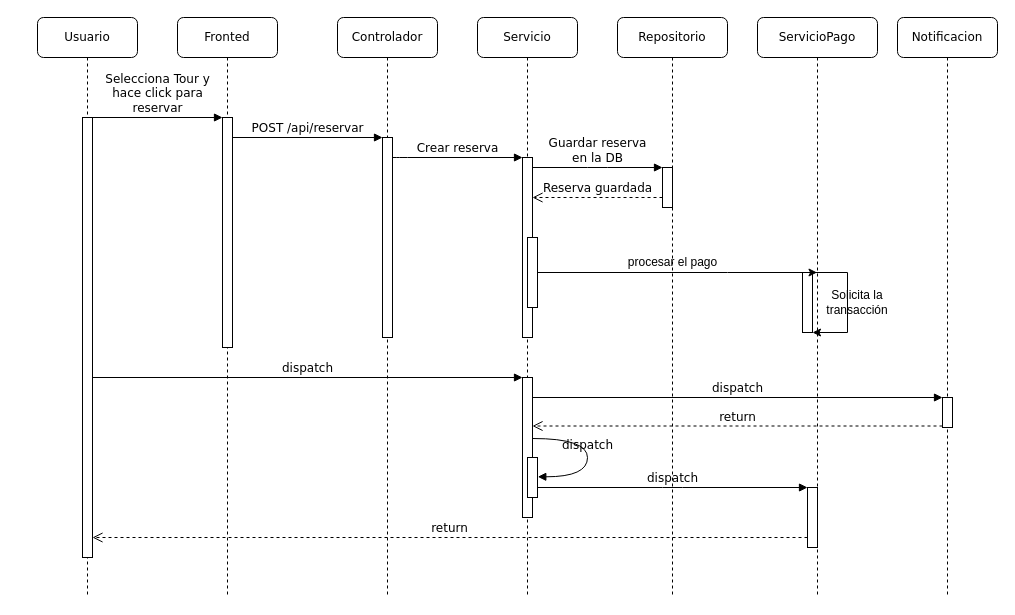
Before: src/main/java/com/app/Untitled Diagram.drawio in David-Josue-Murillo/panama_trips_api, a draw.io diagram. Source tidied: cells renumbered, new cells numbered last; positions are measured from the earlier drawing's top-left corner, leaving out a move shared by most shapes. Both pictures are drawn from the tidied source at 100%, with x=0, y=0 at pixel (37, 17).
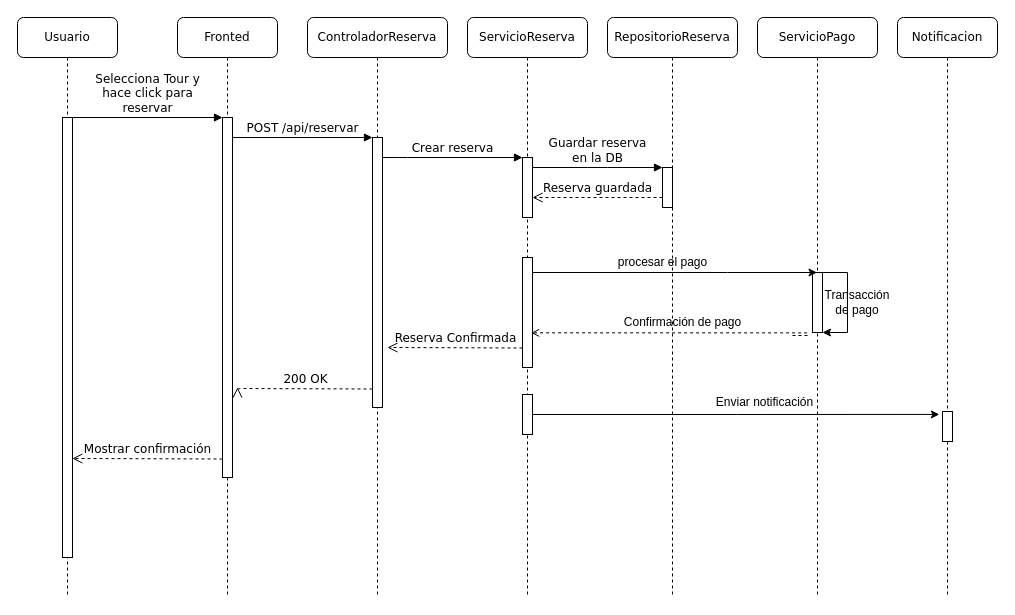
The same page after the edit.

The change refers to these unchanged cells:
```xml
<mxCell id="2" value="Fronted" style="shape=umlLifeline;perimeter=lifelinePerimeter;whiteSpace=wrap;html=1;rounded=1;shadow=0;comic=0;labelBackgroundColor=none;strokeWidth=1;fontFamily=Verdana;fontSize=12;align=center;" parent="1" vertex="1">
  <mxGeometry x="140" width="100" height="580" as="geometry" />
</mxCell>
<mxCell id="9" value="ServicioPago" style="shape=umlLifeline;perimeter=lifelinePerimeter;whiteSpace=wrap;html=1;outlineConnect=0;rounded=1;shadow=0;comic=0;labelBackgroundColor=none;strokeWidth=1;fontFamily=Verdana;fontSize=12;align=center;" parent="1" vertex="1">
  <mxGeometry x="720" width="120" height="580" as="geometry" />
</mxCell>
<mxCell id="13" value="Notificacion" style="shape=umlLifeline;perimeter=lifelinePerimeter;whiteSpace=wrap;html=1;rounded=1;shadow=0;comic=0;labelBackgroundColor=none;strokeWidth=1;fontFamily=Verdana;fontSize=12;align=center;" parent="1" vertex="1">
  <mxGeometry x="860" width="100" height="580" as="geometry" />
</mxCell>
<mxCell id="15" style="html=1;points=[];perimeter=orthogonalPerimeter;rounded=0;shadow=0;comic=0;labelBackgroundColor=none;strokeWidth=1;fontFamily=Verdana;fontSize=12;align=center;" parent="14" vertex="1">
  <mxGeometry x="45" y="100" width="10" height="440" as="geometry" />
</mxCell>
```

Diff of the diagram source:
```diff
@@
     <mxCell id="3" style="html=1;points=[];perimeter=orthogonalPerimeter;rounded=0;shadow=0;comic=0;labelBackgroundColor=none;strokeWidth=1;fontFamily=Verdana;fontSize=12;align=center;" parent="2" vertex="1">
-      <mxGeometry x="45" y="100" width="10" height="230" as="geometry" />
+      <mxGeometry x="45" y="100" width="10" height="360" as="geometry" />
     </mxCell>
+    <mxCell id="35" value="Mostrar confirmación" style="html=1;verticalAlign=bottom;endArrow=open;dashed=1;endSize=8;labelBackgroundColor=none;fontFamily=Verdana;fontSize=12;edgeStyle=elbowEdgeStyle;elbow=vertical;exitX=-0.067;exitY=0.902;exitDx=0;exitDy=0;exitPerimeter=0;entryX=0.981;entryY=0.774;entryDx=0;entryDy=0;entryPerimeter=0;" parent="2" edge="1" target="15">
+      <mxGeometry relative="1" as="geometry">
+        <mxPoint x="45" y="441.5" as="sourcePoint" />
+        <Array as="points">
+          <mxPoint x="-44.6" y="441" />
+        </Array>
+      </mxGeometry>
+    </mxCell>
-    <mxCell id="4" value="Controlador" style="shape=umlLifeline;perimeter=lifelinePerimeter;whiteSpace=wrap;html=1;rounded=1;shadow=0;comic=0;labelBackgroundColor=none;strokeWidth=1;fontFamily=Verdana;fontSize=12;align=center;" parent="1" vertex="1">
-      <mxGeometry x="300" width="100" height="580" as="geometry" />
+    <mxCell id="4" value="ControladorReserva" style="shape=umlLifeline;perimeter=lifelinePerimeter;whiteSpace=wrap;html=1;rounded=1;shadow=0;comic=0;labelBackgroundColor=none;strokeWidth=1;fontFamily=Verdana;fontSize=12;align=center;" parent="1" vertex="1">
+      <mxGeometry x="270" width="140" height="580" as="geometry" />
     </mxCell>
     <mxCell id="5" style="html=1;points=[];perimeter=orthogonalPerimeter;rounded=0;shadow=0;comic=0;labelBackgroundColor=none;strokeWidth=1;fontFamily=Verdana;fontSize=12;align=center;" parent="4" vertex="1">
-      <mxGeometry x="45" y="120" width="10" height="200" as="geometry" />
+      <mxGeometry x="65" y="120" width="10" height="270" as="geometry" />
     </mxCell>
+    <mxCell id="36" value="&lt;div&gt;200 OK&lt;/div&gt;" style="html=1;verticalAlign=bottom;endArrow=open;dashed=1;endSize=8;labelBackgroundColor=none;fontFamily=Verdana;fontSize=12;edgeStyle=elbowEdgeStyle;elbow=vertical;exitX=-0.067;exitY=0.902;exitDx=0;exitDy=0;exitPerimeter=0;" parent="4" edge="1">
+      <mxGeometry relative="1" as="geometry">
+        <mxPoint x="65" y="371.5" as="sourcePoint" />
+        <mxPoint x="-70" y="370" as="targetPoint" />
+        <Array as="points">
+          <mxPoint x="-24.6" y="371" />
+        </Array>
+      </mxGeometry>
+    </mxCell>
-    <mxCell id="6" value="Servicio" style="shape=umlLifeline;perimeter=lifelinePerimeter;whiteSpace=wrap;html=1;rounded=1;shadow=0;comic=0;labelBackgroundColor=none;strokeWidth=1;fontFamily=Verdana;fontSize=12;align=center;" parent="1" vertex="1">
-      <mxGeometry x="440" width="100" height="580" as="geometry" />
+    <mxCell id="6" value="ServicioReserva" style="shape=umlLifeline;perimeter=lifelinePerimeter;whiteSpace=wrap;html=1;rounded=1;shadow=0;comic=0;labelBackgroundColor=none;strokeWidth=1;fontFamily=Verdana;fontSize=12;align=center;" parent="1" vertex="1">
+      <mxGeometry x="430" width="120" height="580" as="geometry" />
     </mxCell>
+    <mxCell id="37" style="edgeStyle=orthogonalEdgeStyle;rounded=0;jettySize=auto;html=1;exitX=0;exitY=1;exitDx=0;exitDy=0;dashed=1;endArrow=open;endFill=0;entryX=0.867;entryY=0.685;entryDx=0;entryDy=0;entryPerimeter=0;" parent="6" edge="1" target="32">
+      <mxGeometry relative="1" as="geometry">
+        <mxPoint x="325" y="318" as="sourcePoint" />
+        <Array as="points">
+          <mxPoint x="340" y="318" />
+          <mxPoint x="340" y="315" />
+        </Array>
+      </mxGeometry>
+    </mxCell>
+    <mxCell id="32" style="html=1;points=[];perimeter=orthogonalPerimeter;rounded=0;shadow=0;comic=0;labelBackgroundColor=none;strokeWidth=1;fontFamily=Verdana;fontSize=12;align=center;" parent="6" vertex="1">
+      <mxGeometry x="55" y="240" width="10" height="110" as="geometry" />
+    </mxCell>
+    <mxCell id="33" style="html=1;points=[];perimeter=orthogonalPerimeter;rounded=0;shadow=0;comic=0;labelBackgroundColor=none;strokeWidth=1;fontFamily=Verdana;fontSize=12;align=center;" parent="6" vertex="1">
+      <mxGeometry x="55" y="377" width="10" height="40" as="geometry" />
+    </mxCell>
+    <mxCell id="38" value="&lt;div&gt;&lt;br&gt;&lt;/div&gt;&lt;div&gt;Reserva Confirmada&lt;/div&gt;" style="html=1;verticalAlign=bottom;endArrow=open;dashed=1;endSize=8;labelBackgroundColor=none;fontFamily=Verdana;fontSize=12;edgeStyle=elbowEdgeStyle;elbow=vertical;exitX=-0.067;exitY=0.902;exitDx=0;exitDy=0;exitPerimeter=0;" parent="6" edge="1">
+      <mxGeometry relative="1" as="geometry">
+        <mxPoint x="55" y="330.5" as="sourcePoint" />
+        <mxPoint x="-80" y="330" as="targetPoint" />
+        <Array as="points">
+          <mxPoint x="-34.9" y="330" />
+        </Array>
+      </mxGeometry>
+    </mxCell>
-    <mxCell id="7" value="Repositorio" style="shape=umlLifeline;perimeter=lifelinePerimeter;whiteSpace=wrap;html=1;rounded=1;shadow=0;comic=0;labelBackgroundColor=none;strokeWidth=1;fontFamily=Verdana;fontSize=12;align=center;" parent="1" vertex="1">
-      <mxGeometry x="580" width="110" height="580" as="geometry" />
+    <mxCell id="7" value="RepositorioReserva" style="shape=umlLifeline;perimeter=lifelinePerimeter;whiteSpace=wrap;html=1;rounded=1;shadow=0;comic=0;labelBackgroundColor=none;strokeWidth=1;fontFamily=Verdana;fontSize=12;align=center;" parent="1" vertex="1">
+      <mxGeometry x="570" width="130" height="580" as="geometry" />
     </mxCell>
@@
+    <mxCell id="39" value="Confirmación de pago" style="text;html=1;align=center;verticalAlign=middle;whiteSpace=wrap;rounded=0;" parent="7" vertex="1">
+      <mxGeometry x="12.5" y="290" width="125" height="30" as="geometry" />
+    </mxCell>
@@
     <mxCell id="11" style="rounded=0;whiteSpace=wrap;html=1;" parent="9" vertex="1">
-      <mxGeometry x="45" y="255" width="10" height="60" as="geometry" />
+      <mxGeometry x="55" y="255" width="10" height="60" as="geometry" />
     </mxCell>
-    <mxCell id="12" value="Solicita la transacción" style="text;html=1;align=center;verticalAlign=middle;whiteSpace=wrap;rounded=0;" parent="9" vertex="1">
+    <mxCell id="12" value="&lt;div&gt;Transacción&lt;/div&gt;&lt;div&gt;de pago&lt;/div&gt;" style="text;html=1;align=center;verticalAlign=middle;whiteSpace=wrap;rounded=0;" parent="9" vertex="1">
       <mxGeometry x="70" y="270" width="60" height="30" as="geometry" />
     </mxCell>
+    <mxCell id="40" value="Enviar notificación" style="text;html=1;align=center;verticalAlign=middle;whiteSpace=wrap;rounded=0;" parent="9" vertex="1">
+      <mxGeometry x="-55" y="370" width="125" height="30" as="geometry" />
+    </mxCell>
@@
+    <mxCell id="23" style="html=1;points=[];perimeter=orthogonalPerimeter;rounded=0;shadow=0;comic=0;labelBackgroundColor=none;strokeColor=#000000;strokeWidth=1;fillColor=#FFFFFF;fontFamily=Verdana;fontSize=12;fontColor=#000000;align=center;" parent="13" vertex="1">
+      <mxGeometry x="45" y="394" width="10" height="30" as="geometry" />
+    </mxCell>
     <mxCell id="14" value="Usuario" style="shape=umlLifeline;perimeter=lifelinePerimeter;whiteSpace=wrap;html=1;rounded=1;shadow=0;comic=0;labelBackgroundColor=none;strokeWidth=1;fontFamily=Verdana;fontSize=12;align=center;" parent="1" vertex="1">
-      <mxGeometry width="100" height="580" as="geometry" />
+      <mxGeometry x="-20" width="100" height="580" as="geometry" />
     </mxCell>
@@
     <mxCell id="16" style="html=1;points=[];perimeter=orthogonalPerimeter;rounded=0;shadow=0;comic=0;labelBackgroundColor=none;strokeWidth=1;fontFamily=Verdana;fontSize=12;align=center;" parent="1" vertex="1">
-      <mxGeometry x="485" y="140" width="10" height="180" as="geometry" />
+      <mxGeometry x="485" y="140" width="10" height="60" as="geometry" />
     </mxCell>
@@
-    <mxCell id="21" style="html=1;points=[];perimeter=orthogonalPerimeter;rounded=0;shadow=0;comic=0;labelBackgroundColor=none;strokeWidth=1;fontFamily=Verdana;fontSize=12;align=center;" parent="1" vertex="1">
-      <mxGeometry x="485" y="360" width="10" height="140" as="geometry" />
-    </mxCell>
-    <mxCell id="22" value="dispatch" style="html=1;verticalAlign=bottom;endArrow=block;entryX=0;entryY=0;labelBackgroundColor=none;fontFamily=Verdana;fontSize=12;" parent="1" edge="1" source="15" target="21">
-      <mxGeometry relative="1" as="geometry" />
-    </mxCell>
-    <mxCell id="23" style="html=1;points=[];perimeter=orthogonalPerimeter;rounded=0;shadow=0;comic=0;labelBackgroundColor=none;strokeColor=#000000;strokeWidth=1;fillColor=#FFFFFF;fontFamily=Verdana;fontSize=12;fontColor=#000000;align=center;" parent="1" vertex="1">
-      <mxGeometry x="905" y="380" width="10" height="30" as="geometry" />
-    </mxCell>
-    <mxCell id="24" value="dispatch" style="html=1;verticalAlign=bottom;endArrow=block;entryX=0;entryY=0;labelBackgroundColor=none;fontFamily=Verdana;fontSize=12;" parent="1" edge="1" source="21" target="23">
-      <mxGeometry relative="1" as="geometry" />
-    </mxCell>
-    <mxCell id="25" value="return" style="html=1;verticalAlign=bottom;endArrow=open;dashed=1;endSize=8;exitX=0;exitY=0.95;labelBackgroundColor=none;fontFamily=Verdana;fontSize=12;" parent="1" edge="1" source="23" target="21">
-      <mxGeometry relative="1" as="geometry" />
-    </mxCell>
-    <mxCell id="26" style="html=1;points=[];perimeter=orthogonalPerimeter;rounded=0;shadow=0;comic=0;labelBackgroundColor=none;strokeWidth=1;fontFamily=Verdana;fontSize=12;align=center;" parent="1" vertex="1">
-      <mxGeometry x="770" y="470" width="10" height="60" as="geometry" />
-    </mxCell>
-    <mxCell id="27" value="dispatch" style="html=1;verticalAlign=bottom;endArrow=block;entryX=0;entryY=0;labelBackgroundColor=none;fontFamily=Verdana;fontSize=12;edgeStyle=elbowEdgeStyle;elbow=vertical;" parent="1" edge="1" source="33" target="26">
-      <mxGeometry relative="1" as="geometry" />
-    </mxCell>
-    <mxCell id="28" value="return" style="html=1;verticalAlign=bottom;endArrow=open;dashed=1;endSize=8;labelBackgroundColor=none;fontFamily=Verdana;fontSize=12;edgeStyle=elbowEdgeStyle;elbow=vertical;" parent="1" edge="1" source="26" target="15">
-      <mxGeometry relative="1" as="geometry">
-        <Array as="points">
-          <mxPoint x="470" y="520" />
-        </Array>
-      </mxGeometry>
-    </mxCell>
@@
-    <mxCell id="32" style="html=1;points=[];perimeter=orthogonalPerimeter;rounded=0;shadow=0;comic=0;labelBackgroundColor=none;strokeWidth=1;fontFamily=Verdana;fontSize=12;align=center;" parent="1" vertex="1">
-      <mxGeometry x="490" y="220" width="10" height="70" as="geometry" />
-    </mxCell>
-    <mxCell id="33" style="html=1;points=[];perimeter=orthogonalPerimeter;rounded=0;shadow=0;comic=0;labelBackgroundColor=none;strokeWidth=1;fontFamily=Verdana;fontSize=12;align=center;" parent="1" vertex="1">
-      <mxGeometry x="490" y="440" width="10" height="40" as="geometry" />
-    </mxCell>
-    <mxCell id="34" value="dispatch" style="html=1;verticalAlign=bottom;endArrow=block;labelBackgroundColor=none;fontFamily=Verdana;fontSize=12;elbow=vertical;edgeStyle=orthogonalEdgeStyle;curved=1;entryX=1;entryY=0.286;entryPerimeter=0;exitX=1.038;exitY=0.345;exitPerimeter=0;" parent="1" edge="1">
-      <mxGeometry relative="1" as="geometry">
-        <mxPoint x="495.3" y="421" as="sourcePoint" />
-        <mxPoint x="500.3" y="459.3" as="targetPoint" />
-        <Array as="points">
-          <mxPoint x="550" y="421" />
-          <mxPoint x="550" y="459" />
-        </Array>
-      </mxGeometry>
-    </mxCell>
+    <mxCell id="41" style="edgeStyle=orthogonalEdgeStyle;rounded=0;jettySize=auto;html=1;entryX=-0.317;entryY=0.097;entryDx=0;entryDy=0;entryPerimeter=0;" parent="1" edge="1" source="33" target="23">
+      <mxGeometry relative="1" as="geometry" />
+    </mxCell>
```
